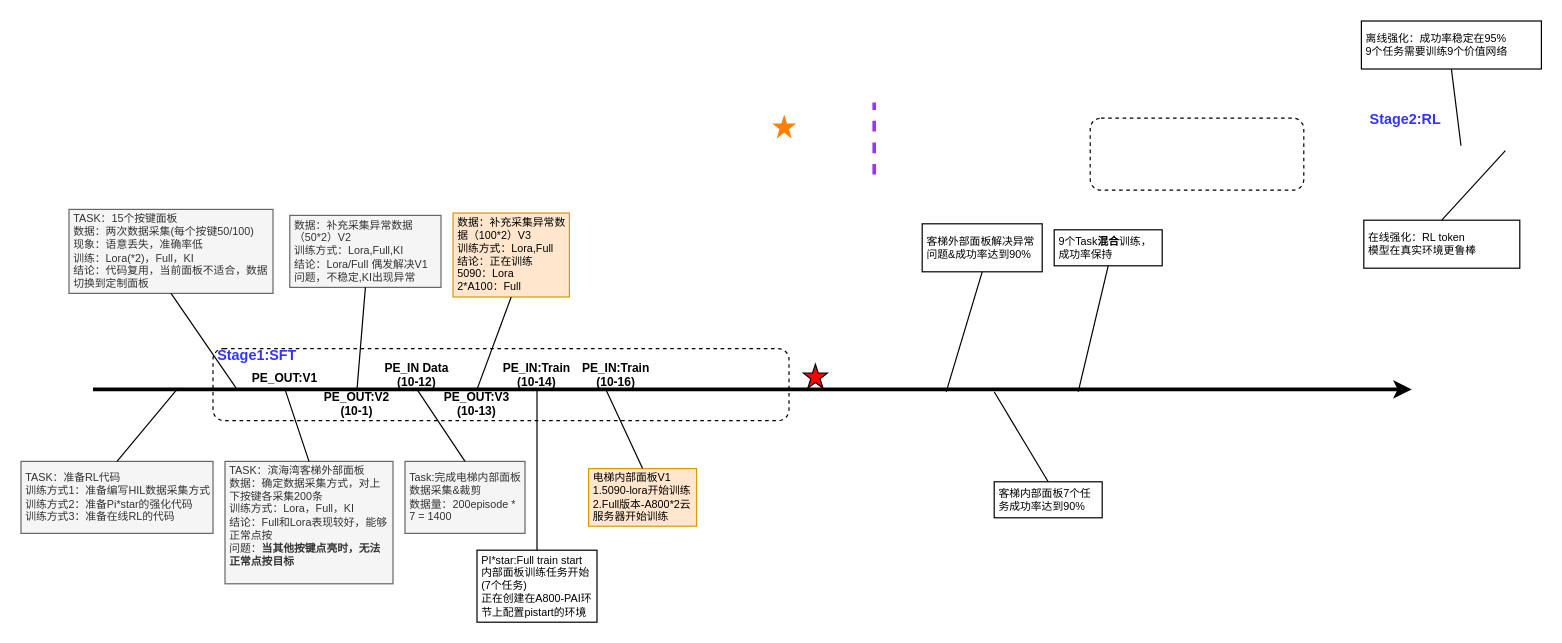
Earlier version of the draw.io diagram LLM/VLA/VLA-电梯按键场景.drawio (mailonghua/drawio). Source tidied: cells renumbered, new cells numbered last; positions are measured from the earlier drawing's top-left corner, leaving out a move shared by most shapes. Both pictures are drawn from the tidied source at 120%, with x=0, y=0 at pixel (20, 20).
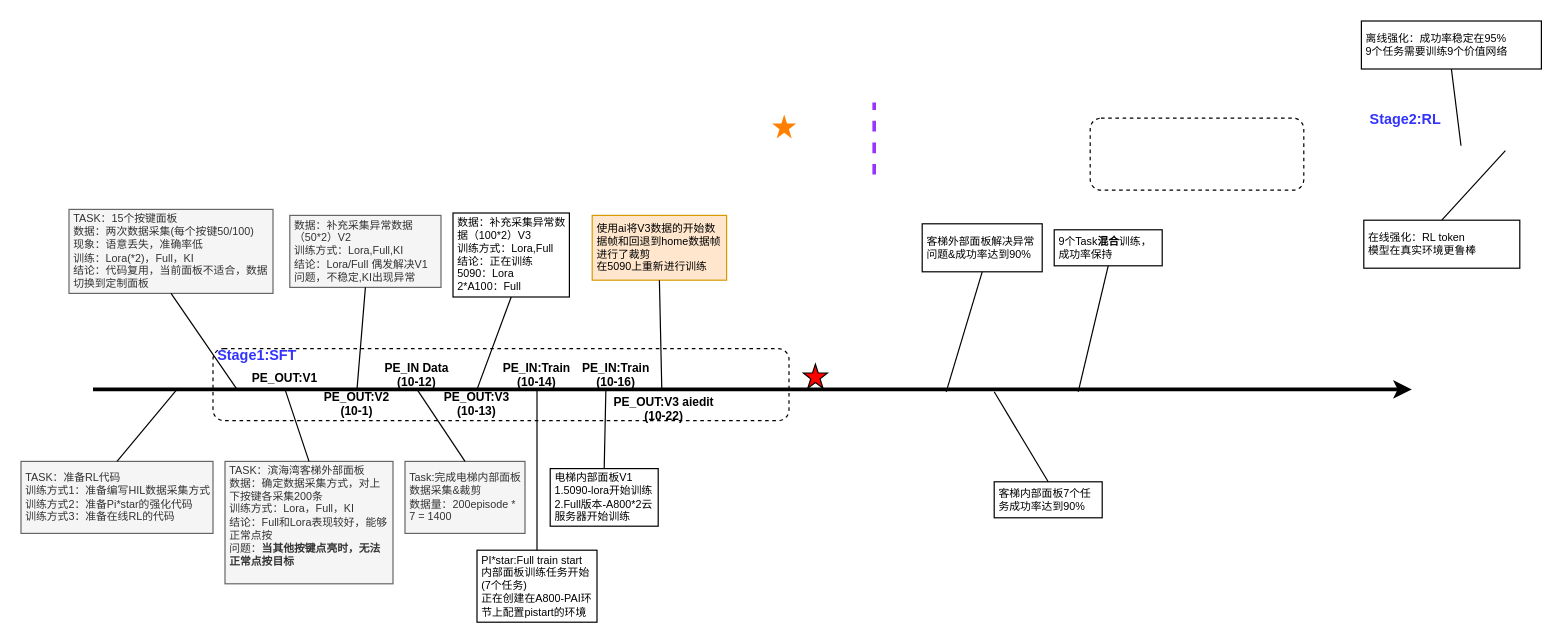
After the change.

Commit message:
更新VLA-电梯按键场景.drawio

Diff of the diagram source:
```diff
@@
-    <mxCell id="17" value="数据：补充采集异常数据（100*2）V3&lt;br&gt;训练方式：Lora,Full&lt;br&gt;&lt;span style=&quot;color: rgb(0, 0, 0);&quot;&gt;结论：正在训练&lt;br&gt;5090：Lora&lt;br&gt;2*A100：Full&lt;/span&gt;" style="whiteSpace=wrap;html=1;rounded=0;arcSize=50;align=left;verticalAlign=middle;strokeWidth=1;spacing=4;newEdgeStyle={&quot;edgeStyle&quot;:&quot;entityRelationEdgeStyle&quot;,&quot;startArrow&quot;:&quot;none&quot;,&quot;endArrow&quot;:&quot;none&quot;,&quot;segment&quot;:10,&quot;curved&quot;:1,&quot;sourcePerimeterSpacing&quot;:0,&quot;targetPerimeterSpacing&quot;:0};fontSize=9;fillColor=#ffe6cc;strokeColor=#d79b00;" parent="1" vertex="1">
+    <mxCell id="17" value="数据：补充采集异常数据（100*2）V3&lt;br&gt;训练方式：Lora,Full&lt;br&gt;&lt;span style=&quot;color: rgb(0, 0, 0);&quot;&gt;结论：正在训练&lt;br&gt;5090：Lora&lt;br&gt;2*A100：Full&lt;/span&gt;" style="whiteSpace=wrap;html=1;rounded=0;arcSize=50;align=left;verticalAlign=middle;strokeWidth=1;spacing=4;newEdgeStyle={&quot;edgeStyle&quot;:&quot;entityRelationEdgeStyle&quot;,&quot;startArrow&quot;:&quot;none&quot;,&quot;endArrow&quot;:&quot;none&quot;,&quot;segment&quot;:10,&quot;curved&quot;:1,&quot;sourcePerimeterSpacing&quot;:0,&quot;targetPerimeterSpacing&quot;:0};fontSize=9;" parent="1" vertex="1">
       <mxGeometry x="360" y="160" width="97" height="70" as="geometry" />
     </mxCell>
@@
-    <mxCell id="39" value="电梯内部面板V1&lt;br&gt;1.5090-lora开始训练&lt;br&gt;2.Full版本-A800*2云服务器开始训练" style="whiteSpace=wrap;html=1;rounded=0;arcSize=50;align=left;verticalAlign=middle;strokeWidth=1;spacing=4;newEdgeStyle={&quot;edgeStyle&quot;:&quot;entityRelationEdgeStyle&quot;,&quot;startArrow&quot;:&quot;none&quot;,&quot;endArrow&quot;:&quot;none&quot;,&quot;segment&quot;:10,&quot;curved&quot;:1,&quot;sourcePerimeterSpacing&quot;:0,&quot;targetPerimeterSpacing&quot;:0};fontSize=9;fillColor=#ffe6cc;strokeColor=#d79b00;" parent="1" vertex="1">
-      <mxGeometry x="473" y="373" width="90" height="48" as="geometry" />
+    <mxCell id="39" value="电梯内部面板V1&lt;br&gt;1.5090-lora开始训练&lt;br&gt;2.Full版本-A800*2云服务器开始训练" style="whiteSpace=wrap;html=1;rounded=0;arcSize=50;align=left;verticalAlign=middle;strokeWidth=1;spacing=4;newEdgeStyle={&quot;edgeStyle&quot;:&quot;entityRelationEdgeStyle&quot;,&quot;startArrow&quot;:&quot;none&quot;,&quot;endArrow&quot;:&quot;none&quot;,&quot;segment&quot;:10,&quot;curved&quot;:1,&quot;sourcePerimeterSpacing&quot;:0,&quot;targetPerimeterSpacing&quot;:0};fontSize=9;" parent="1" vertex="1">
+      <mxGeometry x="441" y="373" width="90" height="48" as="geometry" />
     </mxCell>
@@
+    <mxCell id="42" value="使用ai将V3数据的开始数据帧和回退到home数据帧进行了裁剪&lt;br&gt;在5090上重新进行训练" style="whiteSpace=wrap;html=1;rounded=0;arcSize=50;align=left;verticalAlign=middle;strokeWidth=1;spacing=4;newEdgeStyle={&quot;edgeStyle&quot;:&quot;entityRelationEdgeStyle&quot;,&quot;startArrow&quot;:&quot;none&quot;,&quot;endArrow&quot;:&quot;none&quot;,&quot;segment&quot;:10,&quot;curved&quot;:1,&quot;sourcePerimeterSpacing&quot;:0,&quot;targetPerimeterSpacing&quot;:0};fontSize=9;fillColor=#ffe6cc;strokeColor=#d79b00;" parent="1" vertex="1">
+      <mxGeometry x="476" y="162" width="112" height="54" as="geometry" />
+    </mxCell>
+    <mxCell id="43" style="startArrow=none;endArrow=none;segment=10;sourcePerimeterSpacing=0;targetPerimeterSpacing=0;rounded=0;entryX=0.5;entryY=1;entryDx=0;entryDy=0;" parent="1" edge="1" target="42">
+      <mxGeometry relative="1" as="geometry">
+        <mxPoint x="534" y="307" as="sourcePoint" />
+      </mxGeometry>
+    </mxCell>
+    <mxCell id="44" value="PE_OUT:V3 aiedit&lt;br&gt;(10-22)" style="text;html=1;whiteSpace=wrap;strokeColor=none;fillColor=none;align=center;verticalAlign=middle;rounded=0;fontSize=10;fontStyle=1;" parent="1" vertex="1">
+      <mxGeometry x="491" y="313" width="90" height="20" as="geometry" />
+    </mxCell>
```
